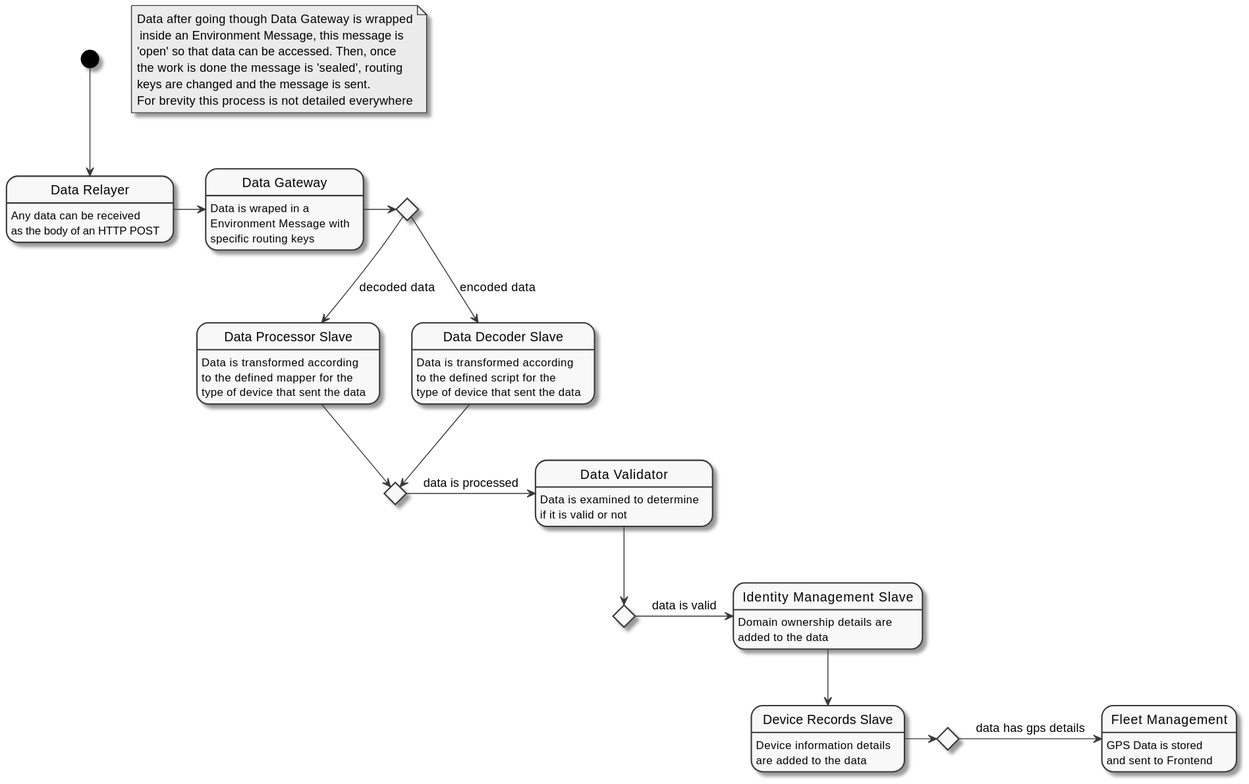
Before: docs/flow/diagrams/data-flow.svg, a diagram exported from PlantUML (FilipeMCruz/sensae-console).
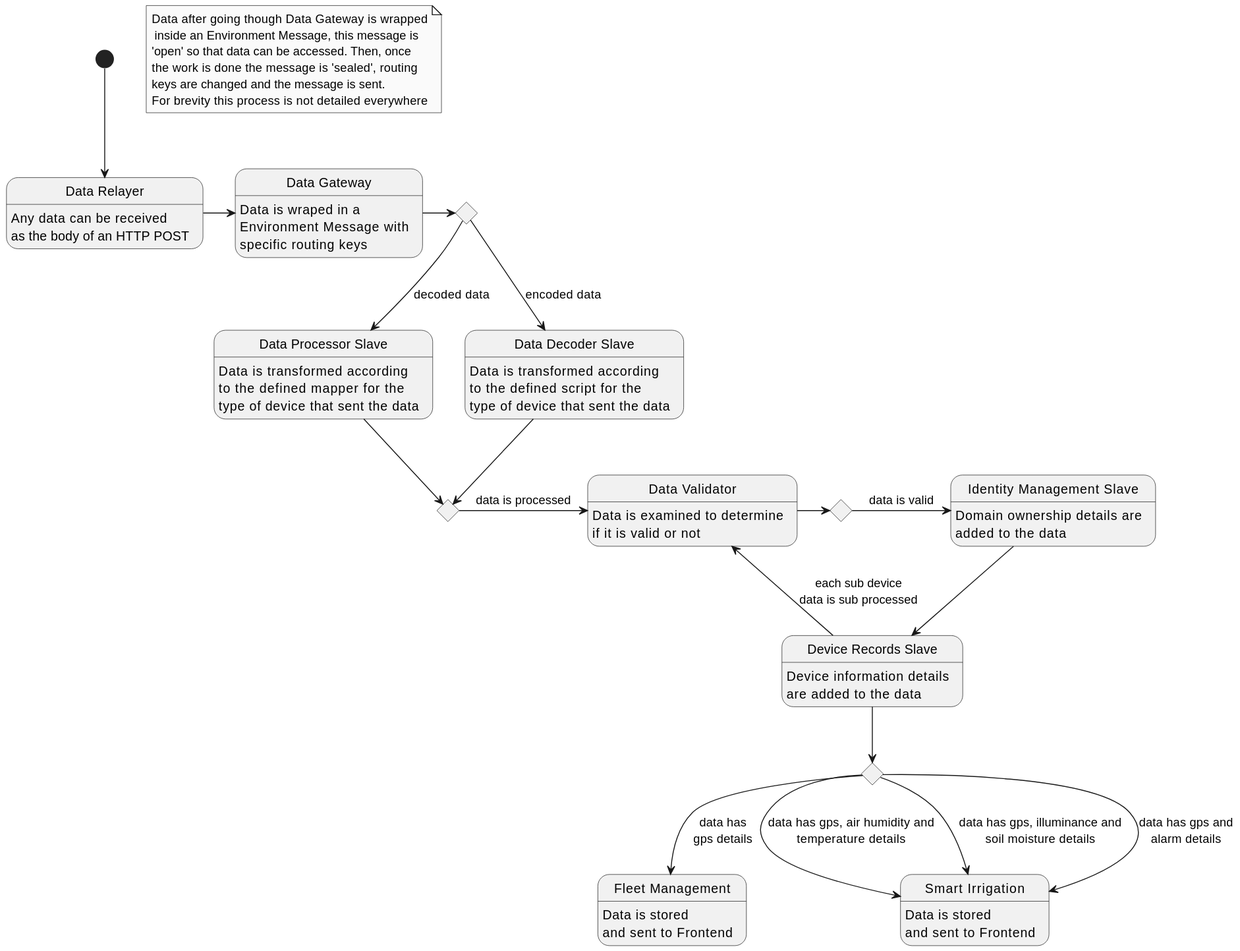
Later version of the same file.

Commit message:
Updated data flow

What changed in the source:
```diff
@@ -1,5 +1,4 @@
 @startuml data-flow
-
 skinparam Monochrome true
 
 note "Data after going though Data Gateway is wrapped\n inside an Environment Message, this message is\n'open' so that data can be accessed. Then, once\nthe work is done the message is 'sealed', routing\nkeys are changed and the message is sent.\nFor brevity this process is not detailed everywhere" as N1
@@ -16,6 +15,7 @@
 state "Device Records Slave" as Records
 state has_gps <<choice>>
 state "Fleet Management" as Fleet
+state "Smart Irrigation" as Irrigation
 
 DataRelayer : Any data can be received
 DataRelayer : as the body of an HTTP POST
@@ -41,8 +41,11 @@
 Records : Device information details
 Records : are added to the data
 
-Fleet : GPS Data is stored
+Fleet : Data is stored
 Fleet : and sent to Frontend
+
+Irrigation: Data is stored
+Irrigation: and sent to Frontend
 
 [*] --> DataRelayer
 DataRelayer -> DataGateway
@@ -54,14 +57,20 @@
 
 is_processed -> Validator : data is processed
 
-Validator --> is_valid
+Validator -> is_valid
 
 is_valid -> Identity : data is valid
 
 Identity --> Records
 
-Records -> has_gps
+Records --> has_gps
 
-has_gps -> Fleet : data has gps details
+has_gps --> Fleet : data has\ngps details
+
+has_gps --> Irrigation : data has gps, air humidity and\ntemperature details
+has_gps --> Irrigation : data has gps, illuminance and\nsoil moisture details
+has_gps --> Irrigation : data has gps and\nalarm details
+
+Records --> Validator : each sub device\ndata is sub processed
 
 @enduml
```
